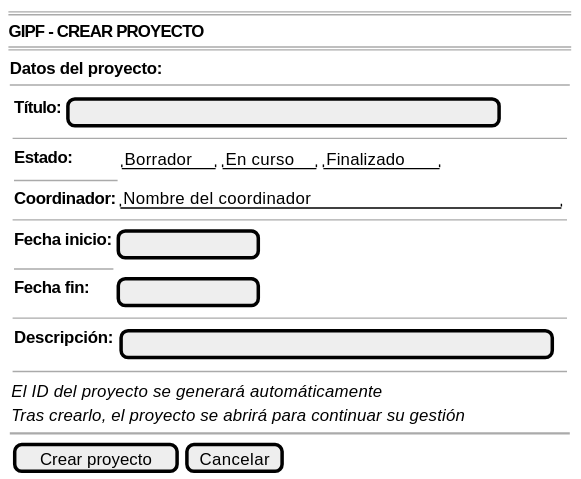
The PlantUML diagram documents/casosDeUso/detalle/coordinador/02-gestion-proyectos/crearProyecto/prototipo/crearProyecto-wireframe.svg in 31Diego/25-26-IdSw1-SdR, before a commit.
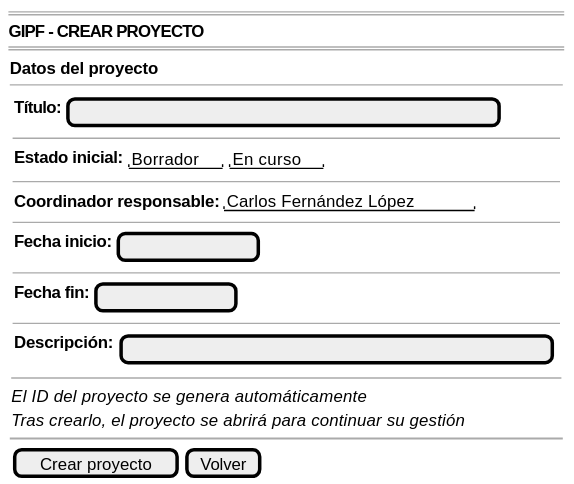
Later version of the same file.

The edit, as a diff of the source:
```diff
@@ -4,31 +4,31 @@
     <b>GIPF - CREAR PROYECTO</b>
     ====
     {
-        <b>Datos del proyecto:</b>
+        <b>Datos del proyecto</b>
         --
         {
             {
             {<b>Título:</b> | [                                      ]}
             --
-            {<b>Estado:</b> | { "Borrador" | "En curso" | "Finalizado" }
+            {<b>Estado inicial:</b> | { "Borrador" | "En curso" }}
             --
-            <b>Coordinador:</b> | "Nombre del coordinador                 "}
+            {<b>Coordinador responsable:</b> | "Carlos Fernández López"}
             --
-            {<b>Fecha inicio:</b> | [            ]
+            {<b>Fecha inicio:</b> | [            ]}
             --
-            <b>Fecha fin:</b> | [            ]}
+            {<b>Fecha fin:</b> | [            ]}
             --
             {<b>Descripción:</b> |
                 {[                                      ]}}
-                --
             }
-            <i>El ID del proyecto se generará automáticamente</i>
+            --
+            <i>El ID del proyecto se genera automáticamente</i>
             <i>Tras crearlo, el proyecto se abrirá para continuar su gestión</i>
         }
 
         ~~
 
-        {[Crear proyecto] | [Cancelar]}
+        {[Crear proyecto] | [Volver]}
     }
 }
 @endsalt
```
